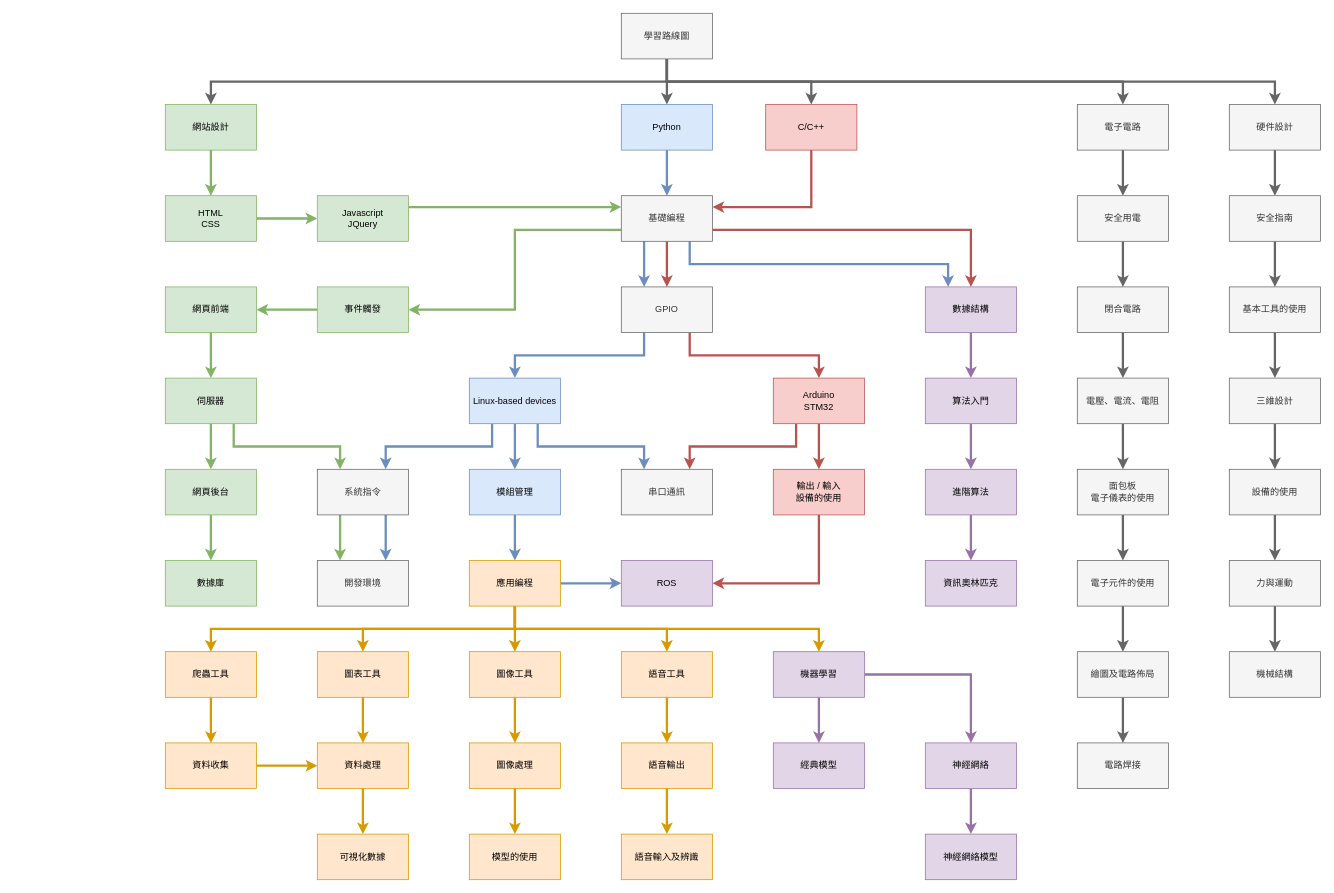
Earlier version of the draw.io diagram page "Page-2" (2 of 2) of Roadmap.drawio (supercatex/flowchart). Source tidied: cells renumbered, new cells numbered last; positions are measured from the earlier drawing's top-left corner, leaving out a move shared by most shapes. Both pictures are drawn from the tidied source at 76%, with x=0, y=0 at pixel (165, 13).
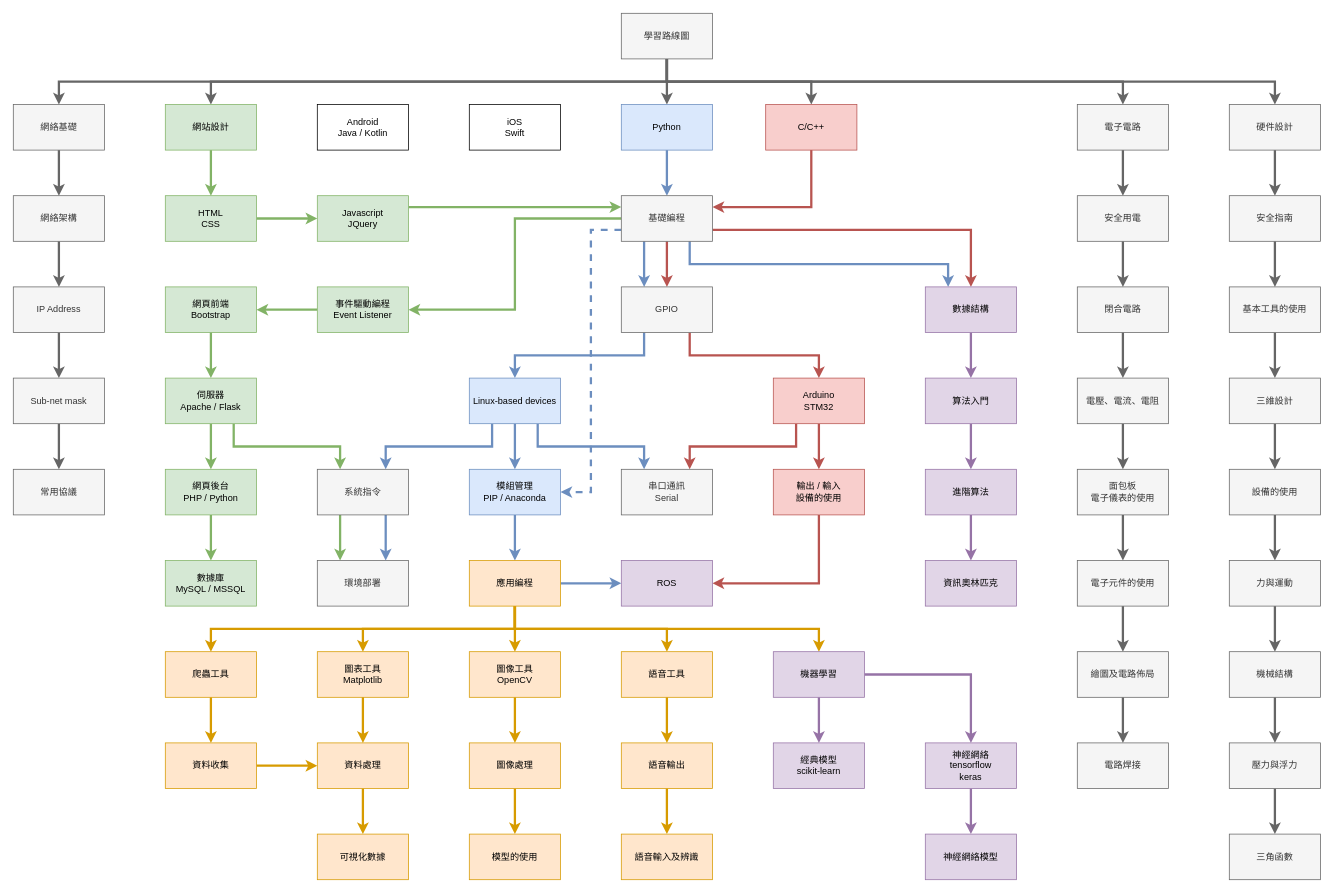
Above is the later version.

Unchanged cells that the change refers to:
```xml
<mxCell id="7" value="學習路線圖" style="rounded=0;whiteSpace=wrap;html=1;sketch=0;fillColor=#f5f5f5;strokeColor=#666666;fontColor=#333333;" parent="1" vertex="1">
  <mxGeometry x="600" width="120" height="60" as="geometry" />
</mxCell>
<mxCell id="21" value="基礎編程" style="rounded=0;whiteSpace=wrap;html=1;sketch=0;fillColor=#f5f5f5;strokeColor=#666666;fontColor=#333333;" parent="1" vertex="1">
  <mxGeometry x="600" y="240" width="120" height="60" as="geometry" />
</mxCell>
<mxCell id="121" value="機械結構" style="rounded=0;whiteSpace=wrap;html=1;sketch=0;fillColor=#f5f5f5;strokeColor=#666666;fontColor=#333333;" parent="1" vertex="1">
  <mxGeometry x="1400" y="840" width="120" height="60" as="geometry" />
</mxCell>
```

Diff of the diagram source:
```diff
@@
+    <mxCell id="122" style="edgeStyle=orthogonalEdgeStyle;rounded=0;jettySize=auto;html=1;exitX=0.5;exitY=1;exitDx=0;exitDy=0;strokeWidth=3;fillColor=#f5f5f5;strokeColor=#666666;" parent="1" edge="1" source="7" target="126">
+      <mxGeometry relative="1" as="geometry" />
+    </mxCell>
@@
-    <mxCell id="20" style="edgeStyle=orthogonalEdgeStyle;rounded=0;jettySize=auto;html=1;exitX=0;exitY=0.75;exitDx=0;exitDy=0;entryX=1;entryY=0.5;entryDx=0;entryDy=0;startArrow=none;startFill=0;strokeWidth=3;fillColor=#d5e8d4;strokeColor=#82b366;" parent="1" edge="1" source="21" target="33">
+    <mxCell id="20" style="edgeStyle=orthogonalEdgeStyle;rounded=0;jettySize=auto;html=1;exitX=0;exitY=0.5;exitDx=0;exitDy=0;entryX=1;entryY=0.5;entryDx=0;entryDy=0;startArrow=none;startFill=0;strokeWidth=3;fillColor=#d5e8d4;strokeColor=#82b366;" parent="1" edge="1" source="21" target="33">
       <mxGeometry relative="1" as="geometry" />
     </mxCell>
+    <mxCell id="123" style="edgeStyle=orthogonalEdgeStyle;rounded=0;jettySize=auto;html=1;exitX=0;exitY=0.75;exitDx=0;exitDy=0;entryX=1;entryY=0.5;entryDx=0;entryDy=0;dashed=1;strokeWidth=3;fillColor=#dae8fc;strokeColor=#6c8ebf;" parent="1" edge="1" source="21" target="45">
+      <mxGeometry relative="1" as="geometry" />
+    </mxCell>
@@
-    <mxCell id="33" value="事件觸發" style="rounded=0;whiteSpace=wrap;html=1;sketch=0;fillColor=#d5e8d4;strokeColor=#82b366;" parent="1" vertex="1">
+    <mxCell id="33" value="事件驅動編程&lt;br&gt;Event Listener" style="rounded=0;whiteSpace=wrap;html=1;sketch=0;fillColor=#d5e8d4;strokeColor=#82b366;" parent="1" vertex="1">
       <mxGeometry x="200" y="360" width="120" height="60" as="geometry" />
     </mxCell>
@@
-    <mxCell id="41" value="串口通訊" style="rounded=0;whiteSpace=wrap;html=1;sketch=0;fillColor=#f5f5f5;strokeColor=#666666;fontColor=#333333;" parent="1" vertex="1">
+    <mxCell id="41" value="串口通訊&lt;br&gt;Serial" style="rounded=0;whiteSpace=wrap;html=1;sketch=0;fillColor=#f5f5f5;strokeColor=#666666;fontColor=#333333;" parent="1" vertex="1">
       <mxGeometry x="600" y="600" width="120" height="60" as="geometry" />
     </mxCell>
@@
-    <mxCell id="45" value="模組管理" style="rounded=0;whiteSpace=wrap;html=1;sketch=0;fillColor=#dae8fc;strokeColor=#6c8ebf;" parent="1" vertex="1">
+    <mxCell id="45" value="模組管理&lt;br&gt;PIP / Anaconda" style="rounded=0;whiteSpace=wrap;html=1;sketch=0;fillColor=#dae8fc;strokeColor=#6c8ebf;" parent="1" vertex="1">
       <mxGeometry x="400" y="600" width="120" height="60" as="geometry" />
     </mxCell>
@@
-    <mxCell id="48" value="網頁前端" style="rounded=0;whiteSpace=wrap;html=1;sketch=0;fillColor=#d5e8d4;strokeColor=#82b366;" parent="1" vertex="1">
+    <mxCell id="48" value="網頁前端&lt;br&gt;Bootstrap" style="rounded=0;whiteSpace=wrap;html=1;sketch=0;fillColor=#d5e8d4;strokeColor=#82b366;" parent="1" vertex="1">
       <mxGeometry y="360" width="120" height="60" as="geometry" />
     </mxCell>
@@
-    <mxCell id="50" value="網頁後台" style="rounded=0;whiteSpace=wrap;html=1;sketch=0;fillColor=#d5e8d4;strokeColor=#82b366;" parent="1" vertex="1">
+    <mxCell id="50" value="網頁後台&lt;br&gt;PHP / Python" style="rounded=0;whiteSpace=wrap;html=1;sketch=0;fillColor=#d5e8d4;strokeColor=#82b366;" parent="1" vertex="1">
       <mxGeometry y="600" width="120" height="60" as="geometry" />
     </mxCell>
-    <mxCell id="51" value="數據庫" style="rounded=0;whiteSpace=wrap;html=1;sketch=0;fillColor=#d5e8d4;strokeColor=#82b366;" parent="1" vertex="1">
+    <mxCell id="51" value="數據庫&lt;br&gt;MySQL / MSSQL" style="rounded=0;whiteSpace=wrap;html=1;sketch=0;fillColor=#d5e8d4;strokeColor=#82b366;" parent="1" vertex="1">
       <mxGeometry y="720" width="120" height="60" as="geometry" />
     </mxCell>
-    <mxCell id="52" value="開發環境" style="rounded=0;whiteSpace=wrap;html=1;sketch=0;fillColor=#f5f5f5;strokeColor=#666666;fontColor=#333333;" parent="1" vertex="1">
+    <mxCell id="52" value="環境部署" style="rounded=0;whiteSpace=wrap;html=1;sketch=0;fillColor=#f5f5f5;strokeColor=#666666;fontColor=#333333;" parent="1" vertex="1">
       <mxGeometry x="200" y="720" width="120" height="60" as="geometry" />
     </mxCell>
@@
-    <mxCell id="58" value="伺服器" style="rounded=0;whiteSpace=wrap;html=1;sketch=0;fillColor=#d5e8d4;strokeColor=#82b366;" parent="1" vertex="1">
+    <mxCell id="58" value="伺服器&lt;br&gt;Apache / Flask" style="rounded=0;whiteSpace=wrap;html=1;sketch=0;fillColor=#d5e8d4;strokeColor=#82b366;" parent="1" vertex="1">
       <mxGeometry y="480" width="120" height="60" as="geometry" />
     </mxCell>
@@
-    <mxCell id="69" value="圖像工具" style="rounded=0;whiteSpace=wrap;html=1;sketch=0;fillColor=#ffe6cc;strokeColor=#d79b00;" parent="1" vertex="1">
+    <mxCell id="69" value="圖像工具&lt;br&gt;OpenCV" style="rounded=0;whiteSpace=wrap;html=1;sketch=0;fillColor=#ffe6cc;strokeColor=#d79b00;" parent="1" vertex="1">
       <mxGeometry x="400" y="840" width="120" height="60" as="geometry" />
     </mxCell>
-    <mxCell id="70" value="圖表工具" style="rounded=0;whiteSpace=wrap;html=1;sketch=0;fillColor=#ffe6cc;strokeColor=#d79b00;" parent="1" vertex="1">
+    <mxCell id="70" value="圖表工具&lt;br&gt;Matplotlib" style="rounded=0;whiteSpace=wrap;html=1;sketch=0;fillColor=#ffe6cc;strokeColor=#d79b00;" parent="1" vertex="1">
       <mxGeometry x="200" y="840" width="120" height="60" as="geometry" />
     </mxCell>
@@
-    <mxCell id="87" value="經典模型" style="rounded=0;whiteSpace=wrap;html=1;sketch=0;fillColor=#e1d5e7;strokeColor=#9673a6;" parent="1" vertex="1">
+    <mxCell id="87" value="經典模型&lt;br&gt;scikit-learn" style="rounded=0;whiteSpace=wrap;html=1;sketch=0;fillColor=#e1d5e7;strokeColor=#9673a6;" parent="1" vertex="1">
       <mxGeometry x="800" y="960" width="120" height="60" as="geometry" />
     </mxCell>
@@
-    <mxCell id="89" value="神經網絡" style="rounded=0;whiteSpace=wrap;html=1;sketch=0;fillColor=#e1d5e7;strokeColor=#9673a6;" parent="1" vertex="1">
+    <mxCell id="89" value="神經網絡&lt;br&gt;tensorflow&lt;br&gt;keras" style="rounded=0;whiteSpace=wrap;html=1;sketch=0;fillColor=#e1d5e7;strokeColor=#9673a6;" parent="1" vertex="1">
       <mxGeometry x="1000" y="960" width="120" height="60" as="geometry" />
     </mxCell>
@@
+    <mxCell id="124" style="edgeStyle=orthogonalEdgeStyle;rounded=0;jettySize=auto;html=1;exitX=0.5;exitY=1;exitDx=0;exitDy=0;entryX=0.5;entryY=0;entryDx=0;entryDy=0;strokeWidth=3;fillColor=#f5f5f5;strokeColor=#666666;" parent="1" edge="1" source="121" target="136">
+      <mxGeometry relative="1" as="geometry" />
+    </mxCell>
@@
+    <mxCell id="125" style="edgeStyle=orthogonalEdgeStyle;rounded=0;jettySize=auto;html=1;exitX=0.5;exitY=1;exitDx=0;exitDy=0;entryX=0.5;entryY=0;entryDx=0;entryDy=0;strokeWidth=3;fillColor=#f5f5f5;strokeColor=#666666;" parent="1" edge="1" source="126" target="128">
+      <mxGeometry relative="1" as="geometry" />
+    </mxCell>
+    <mxCell id="126" value="網絡基礎" style="rounded=0;whiteSpace=wrap;html=1;sketch=0;fillColor=#f5f5f5;strokeColor=#666666;fontColor=#333333;" parent="1" vertex="1">
+      <mxGeometry x="-200" y="120" width="120" height="60" as="geometry" />
+    </mxCell>
+    <mxCell id="127" style="edgeStyle=orthogonalEdgeStyle;rounded=0;jettySize=auto;html=1;exitX=0.5;exitY=1;exitDx=0;exitDy=0;entryX=0.5;entryY=0;entryDx=0;entryDy=0;strokeWidth=3;fillColor=#f5f5f5;strokeColor=#666666;" parent="1" edge="1" source="128" target="130">
+      <mxGeometry relative="1" as="geometry" />
+    </mxCell>
+    <mxCell id="128" value="網絡架構" style="rounded=0;whiteSpace=wrap;html=1;sketch=0;fillColor=#f5f5f5;strokeColor=#666666;fontColor=#333333;" parent="1" vertex="1">
+      <mxGeometry x="-200" y="240" width="120" height="60" as="geometry" />
+    </mxCell>
+    <mxCell id="129" style="edgeStyle=orthogonalEdgeStyle;rounded=0;jettySize=auto;html=1;exitX=0.5;exitY=1;exitDx=0;exitDy=0;entryX=0.5;entryY=0;entryDx=0;entryDy=0;strokeWidth=3;fillColor=#f5f5f5;strokeColor=#666666;" parent="1" edge="1" source="130" target="132">
+      <mxGeometry relative="1" as="geometry" />
+    </mxCell>
+    <mxCell id="130" value="IP Address" style="rounded=0;whiteSpace=wrap;html=1;sketch=0;fillColor=#f5f5f5;strokeColor=#666666;fontColor=#333333;" parent="1" vertex="1">
+      <mxGeometry x="-200" y="360" width="120" height="60" as="geometry" />
+    </mxCell>
+    <mxCell id="131" style="edgeStyle=orthogonalEdgeStyle;rounded=0;jettySize=auto;html=1;exitX=0.5;exitY=1;exitDx=0;exitDy=0;entryX=0.5;entryY=0;entryDx=0;entryDy=0;strokeWidth=3;fillColor=#f5f5f5;strokeColor=#666666;" parent="1" edge="1" source="132" target="133">
+      <mxGeometry relative="1" as="geometry" />
+    </mxCell>
+    <mxCell id="132" value="Sub-net mask" style="rounded=0;whiteSpace=wrap;html=1;sketch=0;fillColor=#f5f5f5;strokeColor=#666666;fontColor=#333333;" parent="1" vertex="1">
+      <mxGeometry x="-200" y="480" width="120" height="60" as="geometry" />
+    </mxCell>
+    <mxCell id="133" value="常用協議" style="rounded=0;whiteSpace=wrap;html=1;sketch=0;fillColor=#f5f5f5;strokeColor=#666666;fontColor=#333333;" parent="1" vertex="1">
+      <mxGeometry x="-200" y="600" width="120" height="60" as="geometry" />
+    </mxCell>
+    <mxCell id="134" value="三角函數" style="rounded=0;whiteSpace=wrap;html=1;sketch=0;fillColor=#f5f5f5;strokeColor=#666666;fontColor=#333333;" parent="1" vertex="1">
+      <mxGeometry x="1400" y="1080" width="120" height="60" as="geometry" />
+    </mxCell>
+    <mxCell id="135" style="edgeStyle=orthogonalEdgeStyle;rounded=0;jettySize=auto;html=1;exitX=0.5;exitY=1;exitDx=0;exitDy=0;entryX=0.5;entryY=0;entryDx=0;entryDy=0;strokeWidth=3;fillColor=#f5f5f5;strokeColor=#666666;" parent="1" edge="1" source="136" target="134">
+      <mxGeometry relative="1" as="geometry" />
+    </mxCell>
+    <mxCell id="136" value="壓力與浮力" style="rounded=0;whiteSpace=wrap;html=1;sketch=0;fillColor=#f5f5f5;strokeColor=#666666;fontColor=#333333;" parent="1" vertex="1">
+      <mxGeometry x="1400" y="960" width="120" height="60" as="geometry" />
+    </mxCell>
+    <mxCell id="137" value="Android&lt;br&gt;Java / Kotlin" style="rounded=0;whiteSpace=wrap;html=1;" parent="1" vertex="1">
+      <mxGeometry x="200" y="120" width="120" height="60" as="geometry" />
+    </mxCell>
+    <mxCell id="138" value="iOS&lt;br&gt;Swift" style="rounded=0;whiteSpace=wrap;html=1;" parent="1" vertex="1">
+      <mxGeometry x="400" y="120" width="120" height="60" as="geometry" />
+    </mxCell>
```
